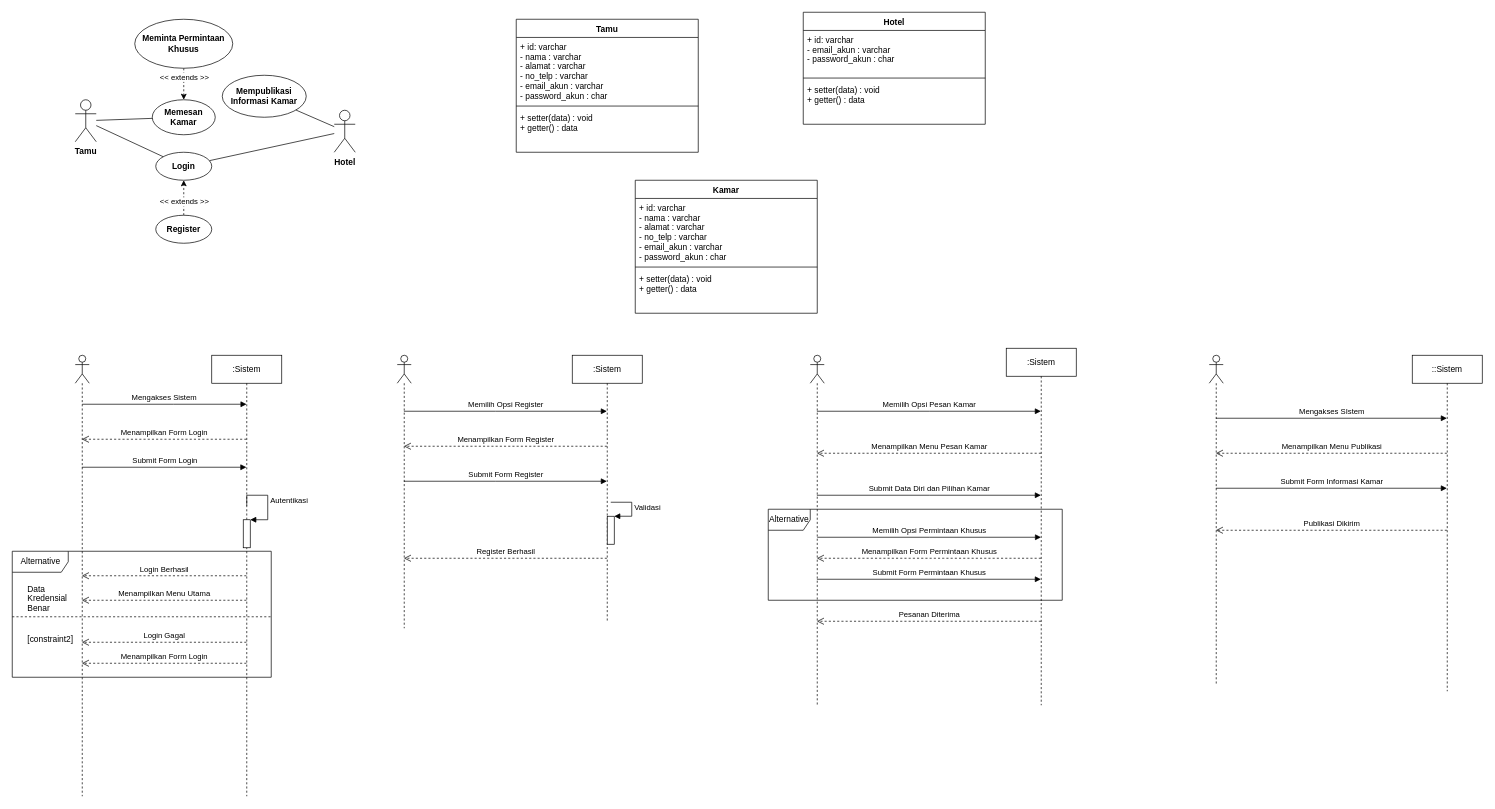
This is prak6-aps.drawio from ahmrh/diagrams.net, a draw.io file, before an edit. Source tidied: cells renumbered, new cells numbered last; positions are measured from the earlier drawing's top-left corner, leaving out a move shared by most shapes. Both pictures are drawn from the tidied source at 70%, with x=0, y=0 at pixel (12, 12).
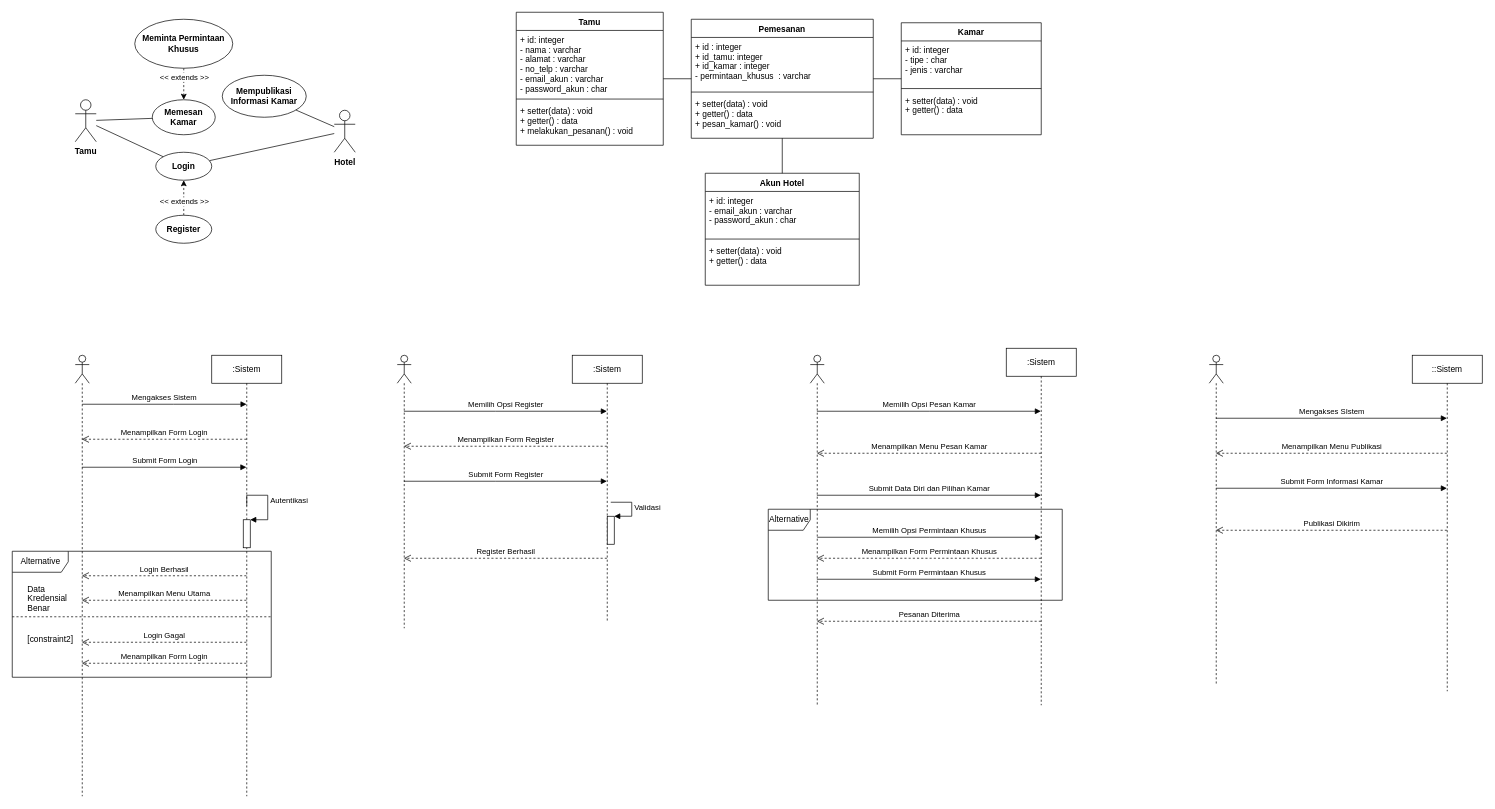
The same page after the edit.

What changed in the source:
```diff
@@
     <mxCell id="55" value="Tamu" style="swimlane;fontStyle=1;align=center;verticalAlign=top;horizontal=1;startSize=26;" parent="1" vertex="1">
-      <mxGeometry x="720" y="10" width="260" height="190" as="geometry" />
+      <mxGeometry x="720" width="210" height="190" as="geometry" />
     </mxCell>
-    <mxCell id="56" value="+ id: varchar&#10;- nama : varchar&#10;- alamat : varchar&#10;- no_telp : varchar&#10;- email_akun : varchar&#10;- password_akun : char" style="text;strokeColor=none;fillColor=none;align=left;verticalAlign=top;spacingLeft=4;spacingRight=4;overflow=hidden;" parent="55" vertex="1">
-      <mxGeometry y="26" width="260" height="94" as="geometry" />
+    <mxCell id="56" value="+ id: integer&#10;- nama : varchar&#10;- alamat : varchar&#10;- no_telp : varchar&#10;- email_akun : varchar&#10;- password_akun : char" style="text;strokeColor=none;fillColor=none;align=left;verticalAlign=top;spacingLeft=4;spacingRight=4;overflow=hidden;" parent="55" vertex="1">
+      <mxGeometry y="26" width="210" height="94" as="geometry" />
     </mxCell>
     <mxCell id="57" style="line;strokeWidth=1;fillColor=none;align=left;verticalAlign=middle;spacingTop=-1;spacingLeft=3;spacingRight=3;labelPosition=right;" parent="55" vertex="1">
-      <mxGeometry y="120" width="260" height="8" as="geometry" />
+      <mxGeometry y="120" width="210" height="8" as="geometry" />
     </mxCell>
-    <mxCell id="58" value="+ setter(data) : void&#10;+ getter() : data" style="text;strokeColor=none;fillColor=none;align=left;verticalAlign=top;spacingLeft=4;spacingRight=4;overflow=hidden;" parent="55" vertex="1">
-      <mxGeometry y="128" width="260" height="62" as="geometry" />
+    <mxCell id="58" value="+ setter(data) : void&#10;+ getter() : data&#10;+ melakukan_pesanan() : void" style="text;strokeColor=none;fillColor=none;align=left;verticalAlign=top;spacingLeft=4;spacingRight=4;overflow=hidden;" parent="55" vertex="1">
+      <mxGeometry y="128" width="210" height="62" as="geometry" />
     </mxCell>
-    <mxCell id="59" value="Hotel" style="swimlane;fontStyle=1;align=center;verticalAlign=top;horizontal=1;startSize=26;" parent="1" vertex="1">
-      <mxGeometry x="1130" width="260" height="160" as="geometry" />
+    <mxCell id="59" value="Akun Hotel" style="swimlane;fontStyle=1;align=center;verticalAlign=top;horizontal=1;startSize=26;" parent="1" vertex="1">
+      <mxGeometry x="990" y="230" width="220" height="160" as="geometry" />
     </mxCell>
-    <mxCell id="60" value="+ id: varchar&#10;- email_akun : varchar&#10;- password_akun : char" style="text;strokeColor=none;fillColor=none;align=left;verticalAlign=top;spacingLeft=4;spacingRight=4;overflow=hidden;" parent="59" vertex="1">
-      <mxGeometry y="26" width="260" height="64" as="geometry" />
+    <mxCell id="60" value="+ id: integer&#10;- email_akun : varchar&#10;- password_akun : char" style="text;strokeColor=none;fillColor=none;align=left;verticalAlign=top;spacingLeft=4;spacingRight=4;overflow=hidden;" parent="59" vertex="1">
+      <mxGeometry y="26" width="220" height="64" as="geometry" />
     </mxCell>
     <mxCell id="61" style="line;strokeWidth=1;fillColor=none;align=left;verticalAlign=middle;spacingTop=-1;spacingLeft=3;spacingRight=3;labelPosition=right;" parent="59" vertex="1">
-      <mxGeometry y="90" width="260" height="8" as="geometry" />
+      <mxGeometry y="90" width="220" height="8" as="geometry" />
     </mxCell>
     <mxCell id="62" value="+ setter(data) : void&#10;+ getter() : data" style="text;strokeColor=none;fillColor=none;align=left;verticalAlign=top;spacingLeft=4;spacingRight=4;overflow=hidden;" parent="59" vertex="1">
-      <mxGeometry y="98" width="260" height="62" as="geometry" />
+      <mxGeometry y="98" width="220" height="62" as="geometry" />
     </mxCell>
     <mxCell id="63" value="Kamar" style="swimlane;fontStyle=1;align=center;verticalAlign=top;horizontal=1;startSize=26;" parent="1" vertex="1">
-      <mxGeometry x="890" y="240" width="260" height="190" as="geometry" />
+      <mxGeometry x="1270" y="15" width="200" height="160" as="geometry" />
     </mxCell>
-    <mxCell id="64" value="+ id: varchar&#10;- nama : varchar&#10;- alamat : varchar&#10;- no_telp : varchar&#10;- email_akun : varchar&#10;- password_akun : char" style="text;strokeColor=none;fillColor=none;align=left;verticalAlign=top;spacingLeft=4;spacingRight=4;overflow=hidden;" parent="63" vertex="1">
-      <mxGeometry y="26" width="260" height="94" as="geometry" />
+    <mxCell id="64" value="+ id: integer&#10;- tipe : char&#10;- jenis : varchar" style="text;strokeColor=none;fillColor=none;align=left;verticalAlign=top;spacingLeft=4;spacingRight=4;overflow=hidden;" parent="63" vertex="1">
+      <mxGeometry y="26" width="200" height="64" as="geometry" />
     </mxCell>
     <mxCell id="65" style="line;strokeWidth=1;fillColor=none;align=left;verticalAlign=middle;spacingTop=-1;spacingLeft=3;spacingRight=3;labelPosition=right;" parent="63" vertex="1">
-      <mxGeometry y="120" width="260" height="8" as="geometry" />
+      <mxGeometry y="90" width="200" height="8" as="geometry" />
     </mxCell>
     <mxCell id="66" value="+ setter(data) : void&#10;+ getter() : data" style="text;strokeColor=none;fillColor=none;align=left;verticalAlign=top;spacingLeft=4;spacingRight=4;overflow=hidden;" parent="63" vertex="1">
-      <mxGeometry y="128" width="260" height="62" as="geometry" />
+      <mxGeometry y="98" width="200" height="62" as="geometry" />
     </mxCell>
+    <mxCell id="67" value="Pemesanan" style="swimlane;fontStyle=1;align=center;verticalAlign=top;horizontal=1;startSize=26;" parent="1" vertex="1">
+      <mxGeometry x="970" y="10" width="260" height="170" as="geometry" />
+    </mxCell>
+    <mxCell id="68" value="+ id : integer&#10;+ id_tamu: integer&#10;+ id_kamar : integer&#10;- permintaan_khusus  : varchar" style="text;strokeColor=none;fillColor=none;align=left;verticalAlign=top;spacingLeft=4;spacingRight=4;overflow=hidden;" parent="67" vertex="1">
+      <mxGeometry y="26" width="260" height="74" as="geometry" />
+    </mxCell>
+    <mxCell id="69" style="line;strokeWidth=1;fillColor=none;align=left;verticalAlign=middle;spacingTop=-1;spacingLeft=3;spacingRight=3;labelPosition=right;" parent="67" vertex="1">
+      <mxGeometry y="100" width="260" height="8" as="geometry" />
+    </mxCell>
+    <mxCell id="70" value="+ setter(data) : void&#10;+ getter() : data&#10;+ pesan_kamar() : void" style="text;strokeColor=none;fillColor=none;align=left;verticalAlign=top;spacingLeft=4;spacingRight=4;overflow=hidden;" parent="67" vertex="1">
+      <mxGeometry y="108" width="260" height="62" as="geometry" />
+    </mxCell>
+    <mxCell id="71" style="endArrow=none;html=1;rounded=0;" parent="1" edge="1" source="55" target="67">
+      <mxGeometry relative="1" as="geometry" />
+    </mxCell>
+    <mxCell id="72" style="endArrow=none;html=1;rounded=0;" parent="1" edge="1" source="67" target="63">
+      <mxGeometry relative="1" as="geometry" />
+    </mxCell>
+    <mxCell id="73" style="endArrow=none;html=1;rounded=0;" parent="1" edge="1" source="67" target="59">
+      <mxGeometry relative="1" as="geometry" />
+    </mxCell>
```
